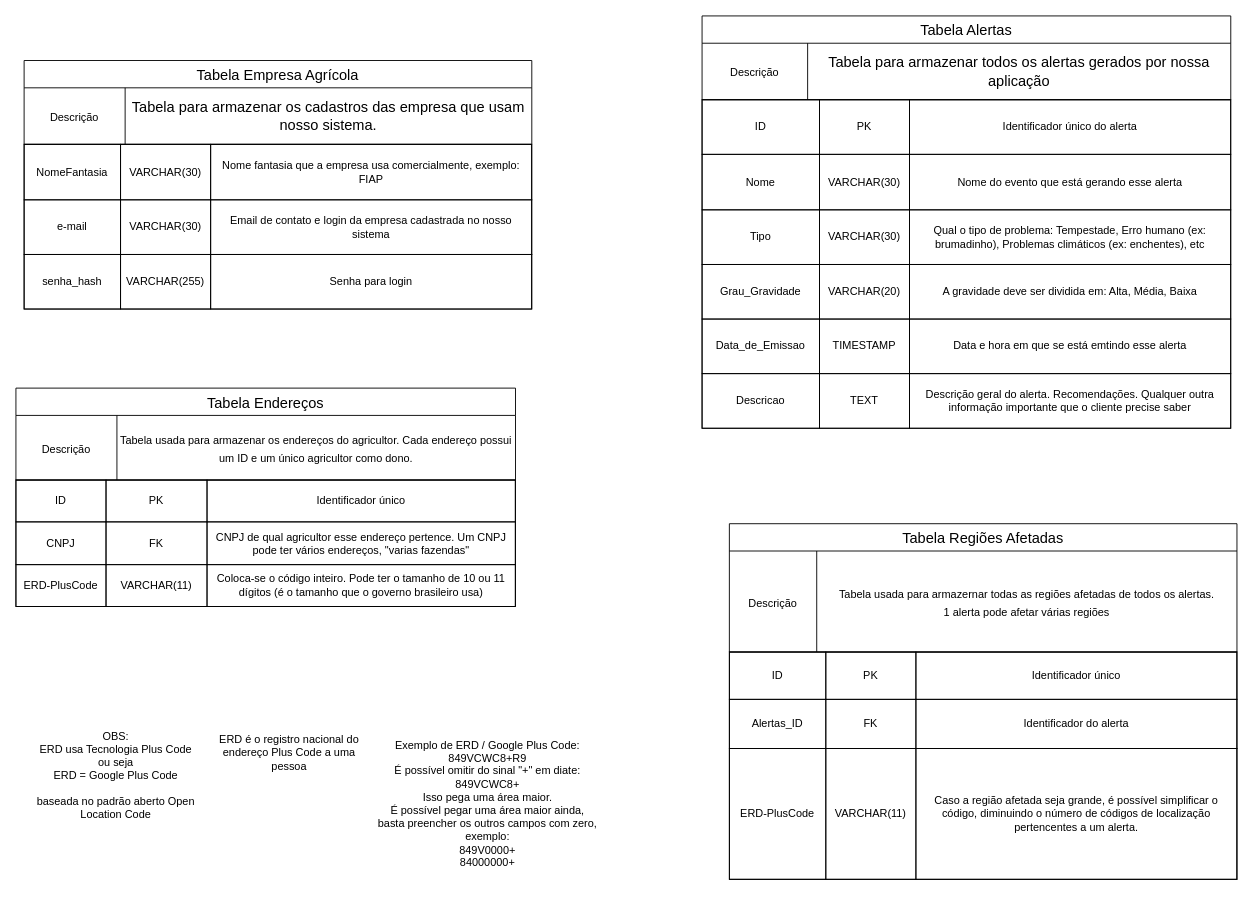
Above: page "Dicionário de dados" (3 of 3) of banco-de-dados/Diagrama-ER.drawio in Code-Masters-F/GeoAlerta (draw.io), before the change. Source tidied: cells renumbered, new cells numbered last; positions are measured from the earlier drawing's top-left corner, leaving out a move shared by most shapes. Both pictures are drawn from the tidied source at 91%, with x=0, y=0 at pixel (15, 15).
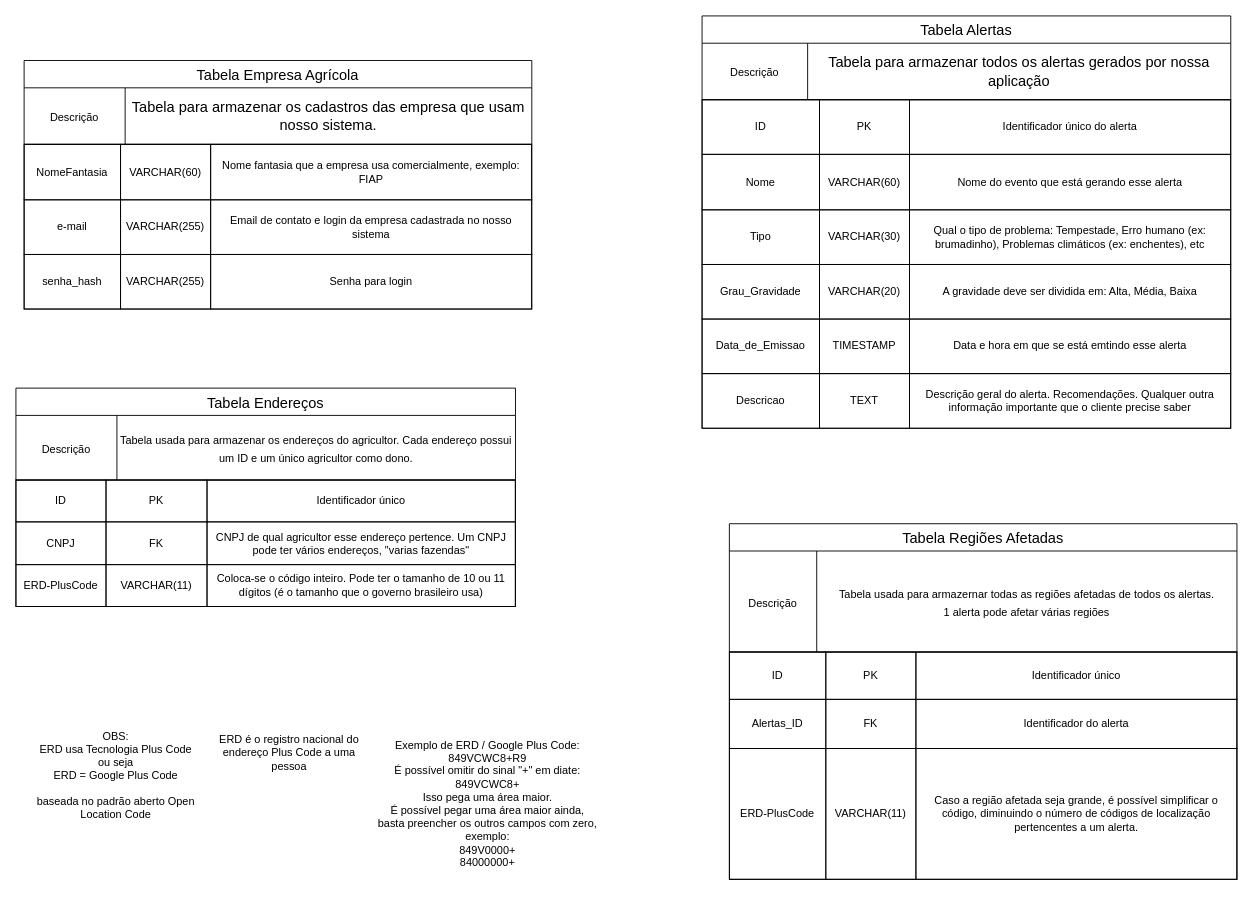
After the change.

Unchanged cells that the change refers to:
```xml
<mxCell id="11" style="shape=tableRow;horizontal=0;startSize=0;swimlaneHead=0;swimlaneBody=0;top=0;left=0;bottom=0;right=0;fontStyle=0;fillColor=none;strokeColor=inherit;" parent="6" vertex="1">
  <mxGeometry y="60" width="580.9" height="61" as="geometry" />
</mxCell>
<mxCell id="73" style="shape=tableRow;horizontal=0;startSize=0;swimlaneHead=0;swimlaneBody=0;top=0;left=0;bottom=0;right=0;fontStyle=0;fillColor=none;strokeColor=inherit;" parent="72" vertex="1">
  <mxGeometry width="557.5" height="61" as="geometry" />
</mxCell>
<mxCell id="77" style="shape=tableRow;horizontal=0;startSize=0;swimlaneHead=0;swimlaneBody=0;top=0;left=0;bottom=0;right=0;fontStyle=0;fillColor=none;strokeColor=inherit;" parent="72" vertex="1">
  <mxGeometry y="61" width="557.5" height="60" as="geometry" />
</mxCell>
```

Change to the diagram source:
```diff
@@
-    <mxCell id="13" value="VARCHAR(30)" style="strokeColor=inherit;fillColor=none;align=center;whiteSpace=wrap;html=1;" parent="11" vertex="1">
+    <mxCell id="13" value="VARCHAR(60)" style="strokeColor=inherit;fillColor=none;align=center;whiteSpace=wrap;html=1;" parent="11" vertex="1">
       <mxGeometry x="129" width="99" height="61" as="geometry" />
     </mxCell>
@@
-    <mxCell id="75" value="VARCHAR(30)" style="strokeColor=inherit;fillColor=none;align=center;whiteSpace=wrap;html=1;" parent="73" vertex="1">
+    <mxCell id="75" value="VARCHAR(60)" style="strokeColor=inherit;fillColor=none;align=center;whiteSpace=wrap;html=1;" parent="73" vertex="1">
       <mxGeometry x="106" width="99" height="61" as="geometry" />
     </mxCell>
@@
-    <mxCell id="79" value="VARCHAR(30)" style="strokeColor=inherit;fillColor=none;align=center;whiteSpace=wrap;html=1;" parent="77" vertex="1">
+    <mxCell id="79" value="VARCHAR(255)" style="strokeColor=inherit;fillColor=none;align=center;whiteSpace=wrap;html=1;" parent="77" vertex="1">
       <mxGeometry x="106" width="99" height="60" as="geometry" />
     </mxCell>
```
